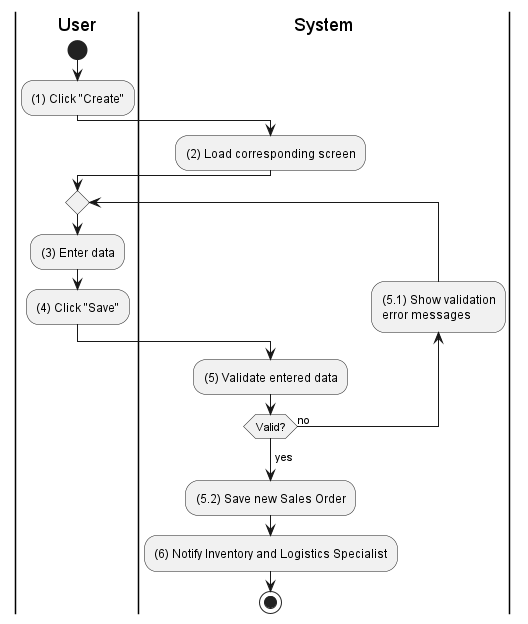
Above: activities/sales-order-create.png in phihungha/scmss-reqs (PlantUML), before the change. Source of this version:
```plantuml
@startuml sales-order-create
|u|User
|s|System

|u|
start
:(1) Click "Create";

|s|
:(2) Load corresponding screen;

|u|
repeat
    :(3) Enter data;
    :(4) Click "Save";
    |s|
    :(5) Validate entered data;
    backward:(5.1) Show validation
    error messages;
repeat while (Valid?) is (no)
->yes;
:(5.2) Save new Sales Order;
:(6) Notify Inventory and Logistics Specialist;
stop
@enduml
```
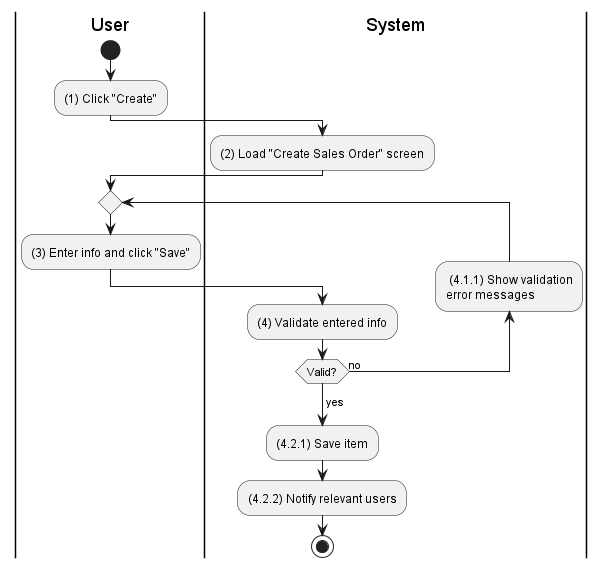
Later version of the same file.

What changed in the source:
```diff
@@ -7,19 +7,17 @@
 :(1) Click "Create";
 
 |s|
-:(2) Load corresponding screen;
+:(2) Load "Create Sales Order" screen;
 
 |u|
 repeat
-    :(3) Enter data;
-    :(4) Click "Save";
+    :(3) Enter info and click "Save";
     |s|
-    :(5) Validate entered data;
-    backward:(5.1) Show validation
-    error messages;
+    :(4) Validate entered info;
+    backward: (4.1.1) Show validation\nerror messages;
 repeat while (Valid?) is (no)
 ->yes;
-:(5.2) Save new Sales Order;
-:(6) Notify Inventory and Logistics Specialist;
+:(4.2.1) Save item;
+:(4.2.2) Notify relevant users;
 stop
 @enduml
```
